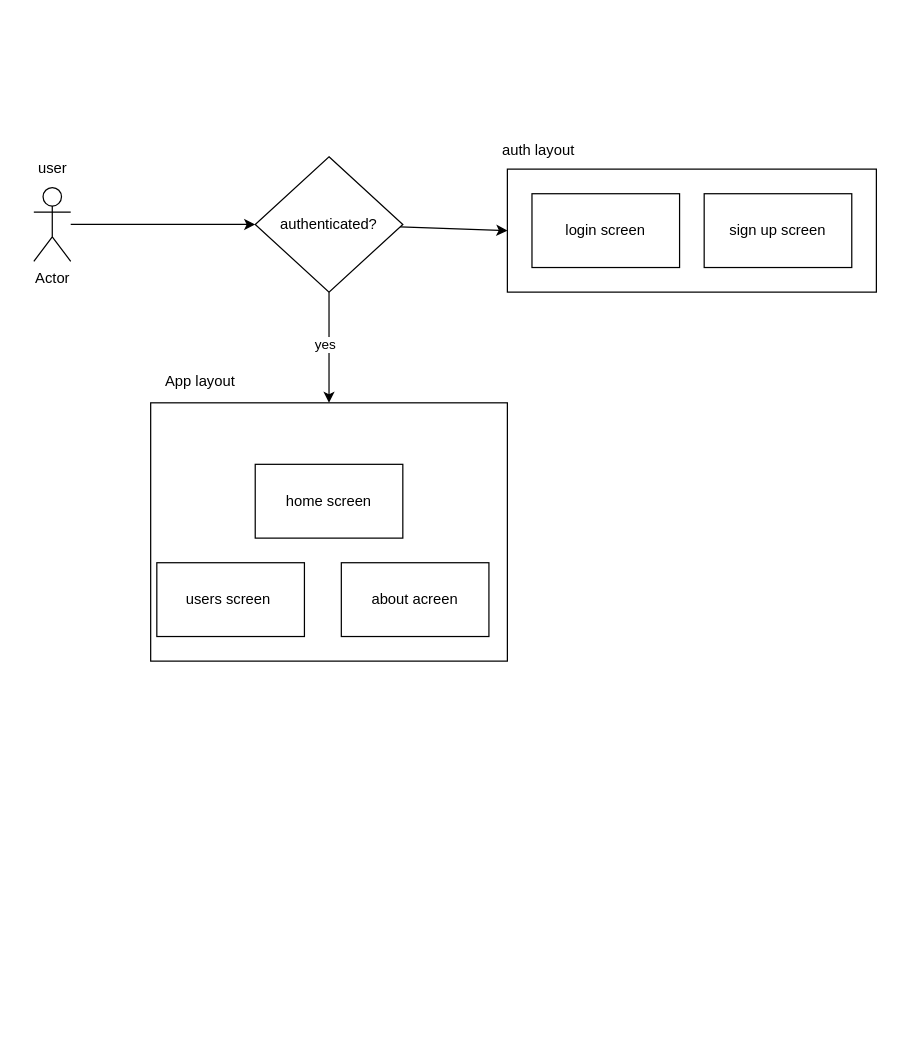
Earlier version of the draw.io diagram lib/project_plan.drawio (tekle-eyesus/IDScanCollector). Source tidied: cells renumbered, new cells numbered last; positions are measured from the earlier drawing's top-left corner, leaving out a move shared by most shapes. Both pictures are drawn from the tidied source at 123%, with x=0, y=0 at pixel (21, 132).
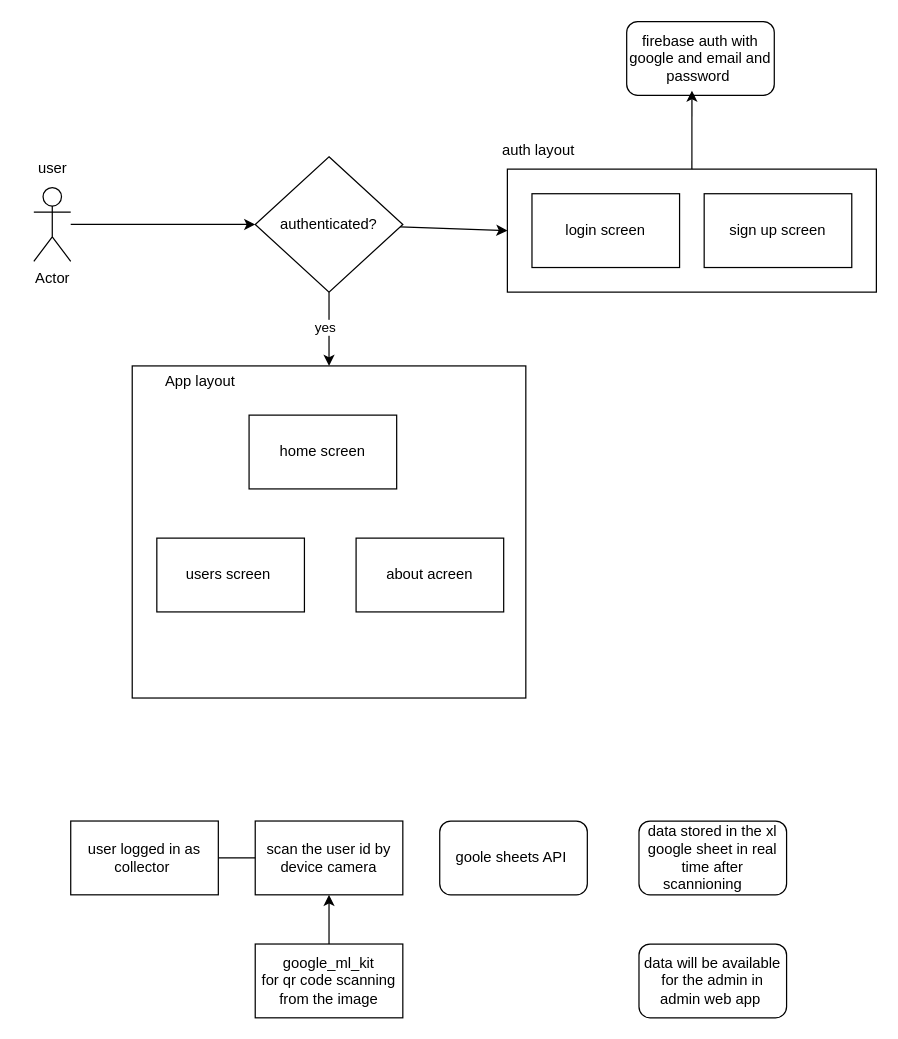
The same page after the edit.

Unchanged cells that the change refers to:
```xml
<mxCell id="10" style="rounded=0;whiteSpace=wrap;html=1;" parent="1" vertex="1">
  <mxGeometry x="395" y="30" width="300" height="100" as="geometry" />
</mxCell>
```

Change to the diagram source:
```diff
@@
     <mxCell id="7" style="rounded=0;whiteSpace=wrap;html=1;" parent="1" vertex="1">
-      <mxGeometry x="105" y="220" width="290" height="210" as="geometry" />
+      <mxGeometry x="90" y="190" width="320" height="270" as="geometry" />
     </mxCell>
@@
     <mxCell id="9" value="home screen" style="rounded=0;whiteSpace=wrap;html=1;" parent="1" vertex="1">
-      <mxGeometry x="190" y="270" width="120" height="60" as="geometry" />
+      <mxGeometry x="185" y="230" width="120" height="60" as="geometry" />
     </mxCell>
@@
     <mxCell id="14" value="users screen&amp;nbsp;" style="rounded=0;whiteSpace=wrap;html=1;" parent="1" vertex="1">
-      <mxGeometry x="110" y="350" width="120" height="60" as="geometry" />
+      <mxGeometry x="110" y="330" width="120" height="60" as="geometry" />
     </mxCell>
     <mxCell id="15" value="about acreen" style="rounded=0;whiteSpace=wrap;html=1;" parent="1" vertex="1">
-      <mxGeometry x="260" y="350" width="120" height="60" as="geometry" />
+      <mxGeometry x="272" y="330" width="120" height="60" as="geometry" />
     </mxCell>
@@
+    <mxCell id="18" value="firebase auth with google and email and password&amp;nbsp;" style="rounded=1;whiteSpace=wrap;html=1;" parent="1" vertex="1">
+      <mxGeometry x="492" y="-90" width="120" height="60" as="geometry" />
+    </mxCell>
+    <mxCell id="19" style="edgeStyle=none;html=1;entryX=0.442;entryY=0.937;entryDx=0;entryDy=0;entryPerimeter=0;" parent="1" edge="1" source="10" target="18">
+      <mxGeometry relative="1" as="geometry" />
+    </mxCell>
+    <mxCell id="20" style="edgeStyle=none;html=1;" parent="1" edge="1" source="21">
+      <mxGeometry relative="1" as="geometry">
+        <mxPoint x="202" y="590" as="targetPoint" />
+      </mxGeometry>
+    </mxCell>
+    <mxCell id="21" value="user logged in as collector&amp;nbsp;" style="rounded=0;whiteSpace=wrap;html=1;" parent="1" vertex="1">
+      <mxGeometry x="40" y="560" width="120" height="60" as="geometry" />
+    </mxCell>
+    <mxCell id="22" value="scan the user id by device camera" style="rounded=0;whiteSpace=wrap;html=1;" parent="1" vertex="1">
+      <mxGeometry x="190" y="560" width="120" height="60" as="geometry" />
+    </mxCell>
+    <mxCell id="23" style="edgeStyle=none;html=1;" parent="1" edge="1" source="24" target="22">
+      <mxGeometry relative="1" as="geometry" />
+    </mxCell>
+    <mxCell id="24" value="google_ml_kit&lt;br&gt;for qr code scanning from the image" style="rounded=0;whiteSpace=wrap;html=1;" parent="1" vertex="1">
+      <mxGeometry x="190" y="660" width="120" height="60" as="geometry" />
+    </mxCell>
+    <mxCell id="25" value="goole sheets API&amp;nbsp;" style="rounded=1;whiteSpace=wrap;html=1;" parent="1" vertex="1">
+      <mxGeometry x="340" y="560" width="120" height="60" as="geometry" />
+    </mxCell>
+    <mxCell id="26" value="data stored in the xl google sheet in real time after scannioning&amp;nbsp;&lt;span style=&quot;white-space: pre;&quot;&gt;&#9;&lt;/span&gt;" style="rounded=1;whiteSpace=wrap;html=1;" parent="1" vertex="1">
+      <mxGeometry x="502" y="560" width="120" height="60" as="geometry" />
+    </mxCell>
+    <mxCell id="27" value="data will be available for the admin in admin web app&amp;nbsp;" style="rounded=1;whiteSpace=wrap;html=1;" parent="1" vertex="1">
+      <mxGeometry x="502" y="660" width="120" height="60" as="geometry" />
+    </mxCell>
```
